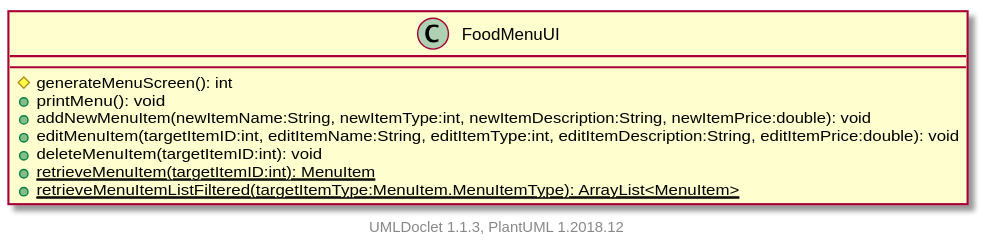
itachi1706/How-to-use-Git-NTUSCSE1819-Site keeps this PlantUML diagram as projects/oodp/html/umlversion/uml/sg.edu.ntu.scse.cz2002.ui.FoodMenuUI.svg. Above is the earlier version.
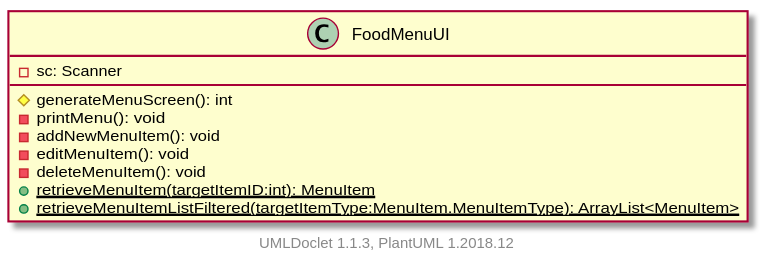
Later version of the same file.

The edit, as a diff of the source:
```diff
@@ -1,11 +1,12 @@
 @startuml
 
     class FoodMenuUI [[../sg/edu/ntu/scse/cz2002/ui/FoodMenuUI.html]] {
+        -sc: Scanner
         #generateMenuScreen(): int
-        +printMenu(): void
-        +addNewMenuItem(newItemName:String, newItemType:int, newItemDescription:String, newItemPrice:double): void
-        +editMenuItem(targetItemID:int, editItemName:String, editItemType:int, editItemDescription:String, editItemPrice:double): void
-        +deleteMenuItem(targetItemID:int): void
+        -printMenu(): void
+        -addNewMenuItem(): void
+        -editMenuItem(): void
+        -deleteMenuItem(): void
         {static} +retrieveMenuItem(targetItemID:int): MenuItem
         {static} +retrieveMenuItemListFiltered(targetItemType:MenuItem.MenuItemType): ArrayList<MenuItem>
     }
```
